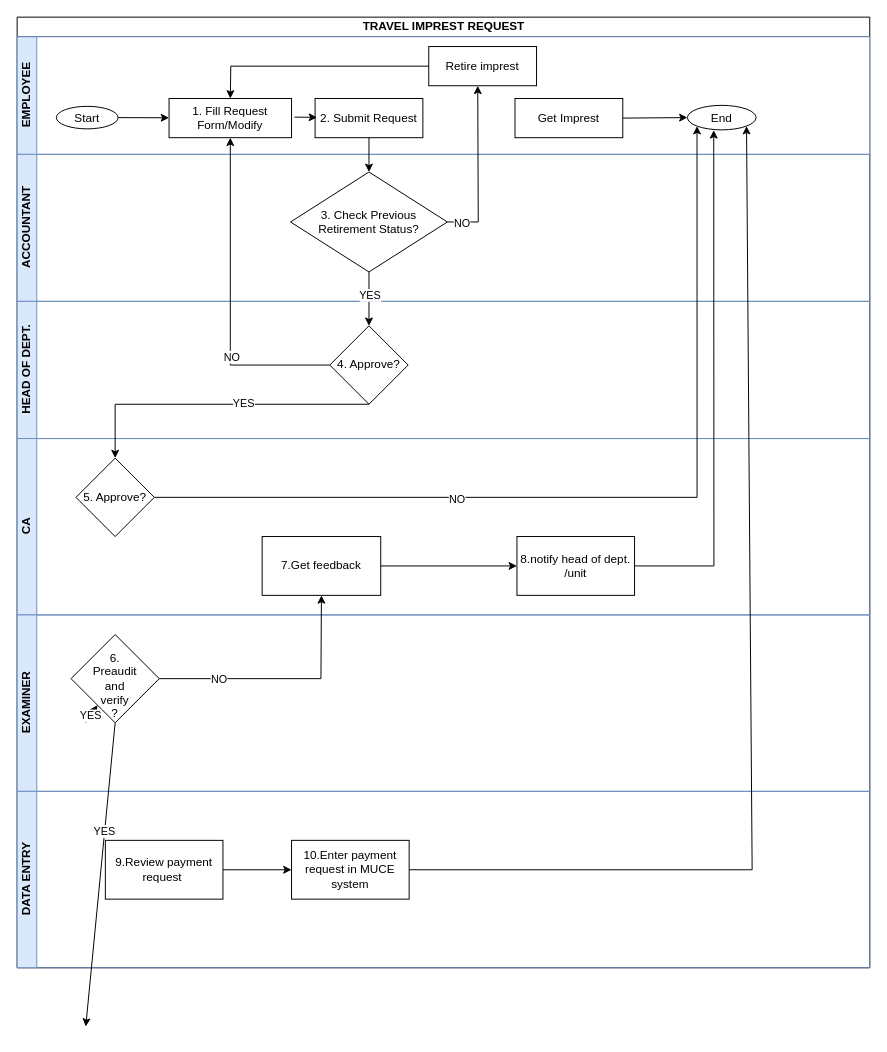
This is page "imprest request" (3 of 12) of wajibika/wajibika-sketches.drawio from MbalamulaS/tech-diagrams, a draw.io file, before an edit. Source tidied: cells renumbered, new cells numbered last; positions are measured from the earlier drawing's top-left corner, leaving out a move shared by most shapes. Both pictures are drawn from the tidied source at 98%, with x=0, y=0 at pixel (17, 17).
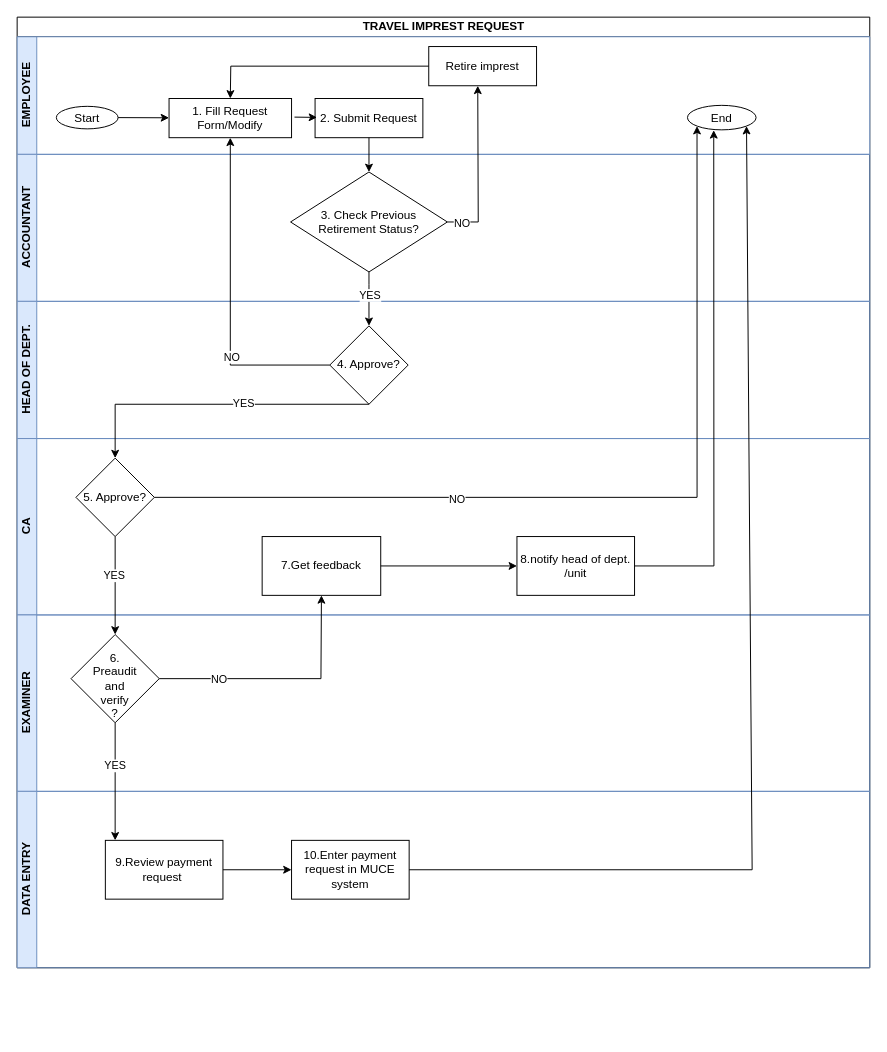
The same diagram, later.

Commit message (it also covers changes not shown here):
Update wajibika-sketches.drawio updated special imprest request

Unchanged cells that the change refers to:
```xml
<mxCell id="3" value="EMPLOYEE" style="swimlane;startSize=20;horizontal=0;html=1;fillColor=#dae8fc;strokeColor=#6c8ebf;swimlaneFillColor=#FFFFFF;" parent="2" vertex="1">
  <mxGeometry y="20" width="870" height="120" as="geometry" />
</mxCell>
<mxCell id="6" value="End" style="ellipse;whiteSpace=wrap;html=1;" parent="3" vertex="1">
  <mxGeometry x="684" y="70" width="70" height="25" as="geometry" />
</mxCell>
<mxCell id="27" value="&lt;div&gt;&lt;br&gt;&lt;/div&gt;&lt;div&gt;&lt;br&gt;&lt;/div&gt;6.&lt;div&gt;Preaudit&lt;br&gt;&lt;div&gt;and&lt;/div&gt;&lt;div&gt;verify&lt;/div&gt;&lt;div&gt;&lt;span style=&quot;background-color: initial;&quot;&gt;?&lt;/span&gt;&lt;/div&gt;&lt;div&gt;&lt;div&gt;&lt;br&gt;&lt;/div&gt;&lt;/div&gt;&lt;/div&gt;" style="rhombus;whiteSpace=wrap;html=1;" parent="26" vertex="1">
  <mxGeometry x="55" y="20" width="90" height="90" as="geometry" />
</mxCell>
```

Diff of the diagram source:
```diff
@@
-    <mxCell id="9" value="Get Imprest" style="whiteSpace=wrap;html=1;" parent="3" vertex="1">
-      <mxGeometry x="508" y="63" width="110" height="40" as="geometry" />
-    </mxCell>
-    <mxCell id="10" style="endArrow=classic;html=1;rounded=0;exitX=1;exitY=0.5;exitDx=0;exitDy=0;entryX=0;entryY=0.5;entryDx=0;entryDy=0;" parent="3" edge="1" source="9" target="6">
-      <mxGeometry relative="1" as="geometry" />
-    </mxCell>
@@
-    <mxCell id="44" style="endArrow=classic;html=1;rounded=0;" parent="1" edge="1" target="27">
-      <mxGeometry relative="1" as="geometry">
-        <mxPoint x="70" y="720" as="sourcePoint" />
-      </mxGeometry>
-    </mxCell>
-    <mxCell id="45" value="YES" style="edgeLabel;html=1;align=center;verticalAlign=middle;" parent="44" vertex="1">
-      <mxGeometry x="-0.2" relative="1" as="geometry" />
-    </mxCell>
     <mxCell id="46" style="endArrow=classic;html=1;rounded=0;exitX=0.5;exitY=1;exitDx=0;exitDy=0;" parent="1" edge="1" source="27">
       <mxGeometry relative="1" as="geometry">
-        <mxPoint x="70" y="1030" as="targetPoint" />
+        <mxPoint x="100" y="840" as="targetPoint" />
       </mxGeometry>
     </mxCell>
@@
+    <mxCell id="48" style="endArrow=classic;html=1;rounded=0;entryX=0.5;entryY=0;entryDx=0;entryDy=0;" parent="1" edge="1" target="27">
+      <mxGeometry relative="1" as="geometry">
+        <mxPoint x="100" y="530" as="sourcePoint" />
+      </mxGeometry>
+    </mxCell>
+    <mxCell id="45" value="YES" style="edgeLabel;html=1;align=center;verticalAlign=middle;" parent="48" vertex="1">
+      <mxGeometry x="-0.23" y="-2" relative="1" as="geometry" />
+    </mxCell>
```
